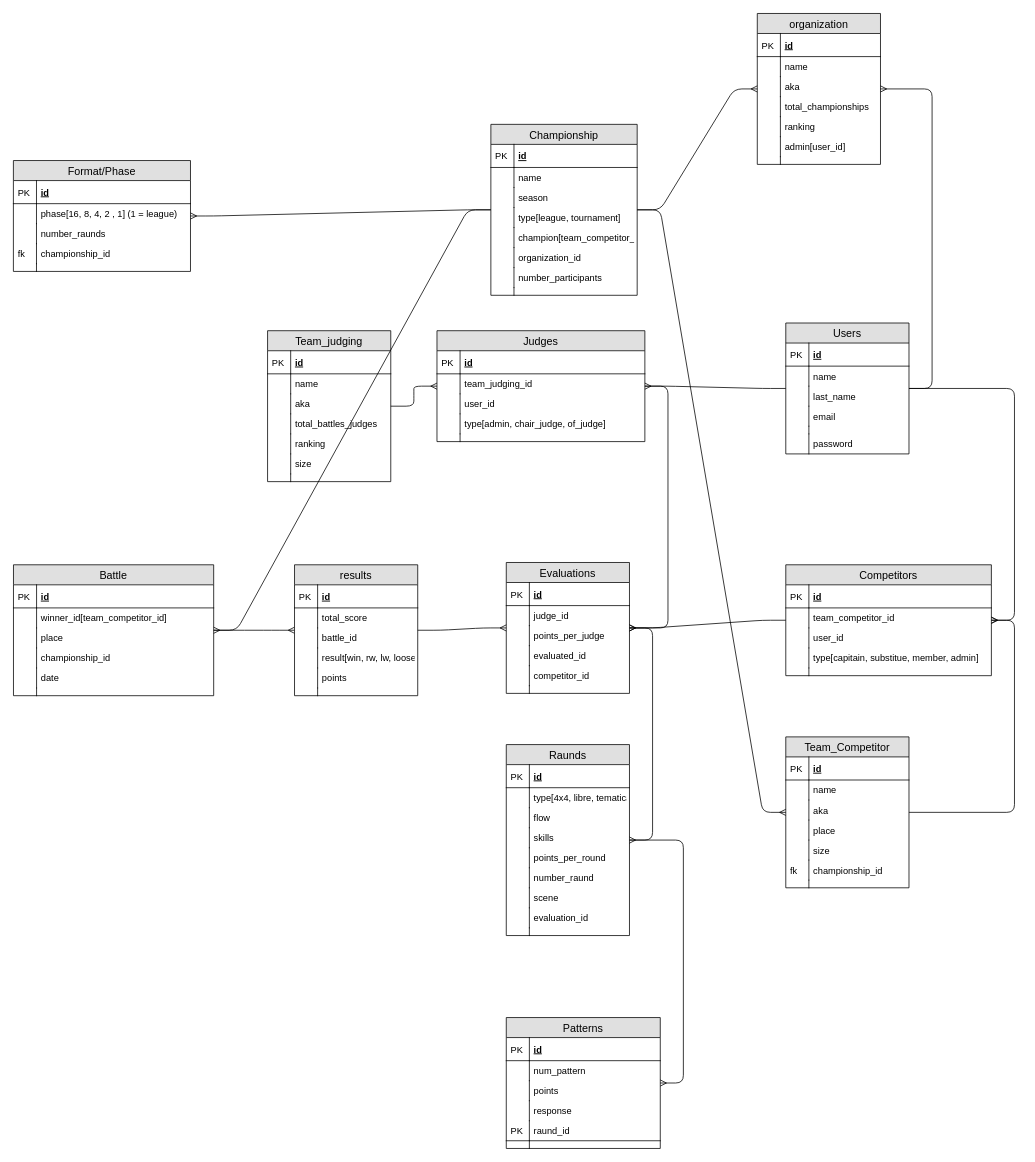
Isidro-hernndez/Texto1 keeps this draw.io diagram as Untitled Diagram.drawio. Above is the earlier version. Source tidied: cells renumbered, new cells numbered last; positions are measured from the earlier drawing's top-left corner, leaving out a move shared by most shapes. Both pictures are drawn from the tidied source at 77%, with x=0, y=0 at pixel (13, 13).
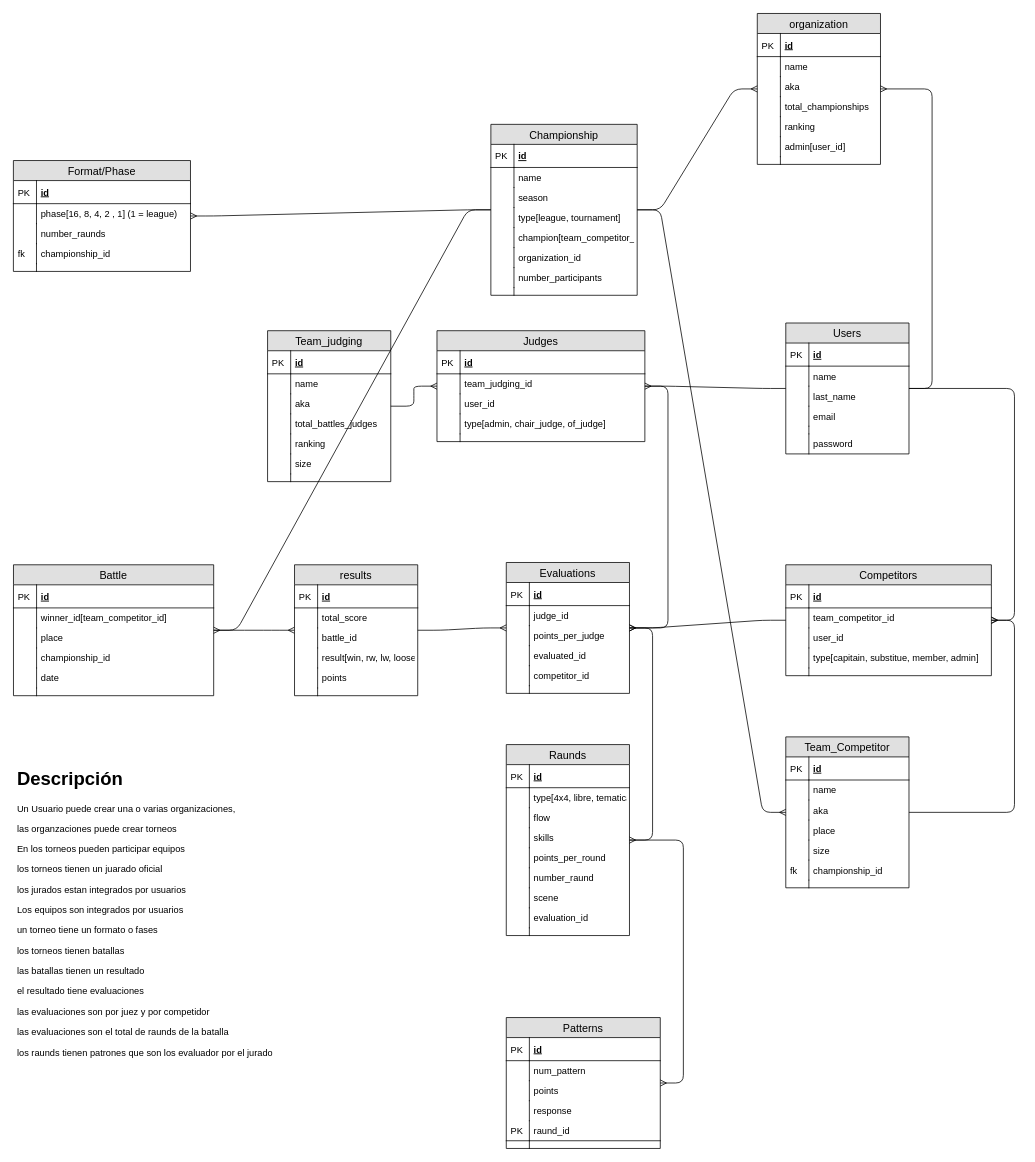
Above is the later version.

What changed in the source:
```diff
@@
+    <mxCell id="196" value="&lt;h1&gt;Descripción&lt;/h1&gt;&lt;p&gt;Un Usuario puede crear una o varias organizaciones,&amp;nbsp;&lt;/p&gt;&lt;p&gt;las organzaciones puede crear torneos&lt;/p&gt;&lt;p&gt;En los torneos pueden participar equipos&lt;/p&gt;&lt;p&gt;los torneos tienen un juarado oficial&lt;/p&gt;&lt;p&gt;los jurados estan integrados por usuarios&lt;/p&gt;&lt;p&gt;Los equipos son integrados por usuarios&lt;/p&gt;&lt;p&gt;un torneo tiene un formato o fases&lt;/p&gt;&lt;p&gt;los torneos tienen batallas&lt;/p&gt;&lt;p&gt;las batallas tienen un resultado&lt;/p&gt;&lt;p&gt;el resultado tiene evaluaciones&lt;/p&gt;&lt;p&gt;las evaluaciones son por juez y por competidor&lt;/p&gt;&lt;p&gt;las evaluaciones son el total de raunds de la batalla&lt;/p&gt;&lt;p&gt;los raunds tienen patrones que son los evaluador por el jurado&lt;/p&gt;&lt;p&gt;&lt;br&gt;&lt;/p&gt;" style="text;html=1;strokeColor=none;fillColor=none;spacing=5;spacingTop=-20;whiteSpace=wrap;overflow=hidden;rounded=0;" parent="1" vertex="1">
+      <mxGeometry y="975" width="520" height="489" as="geometry" />
+    </mxCell>
```
